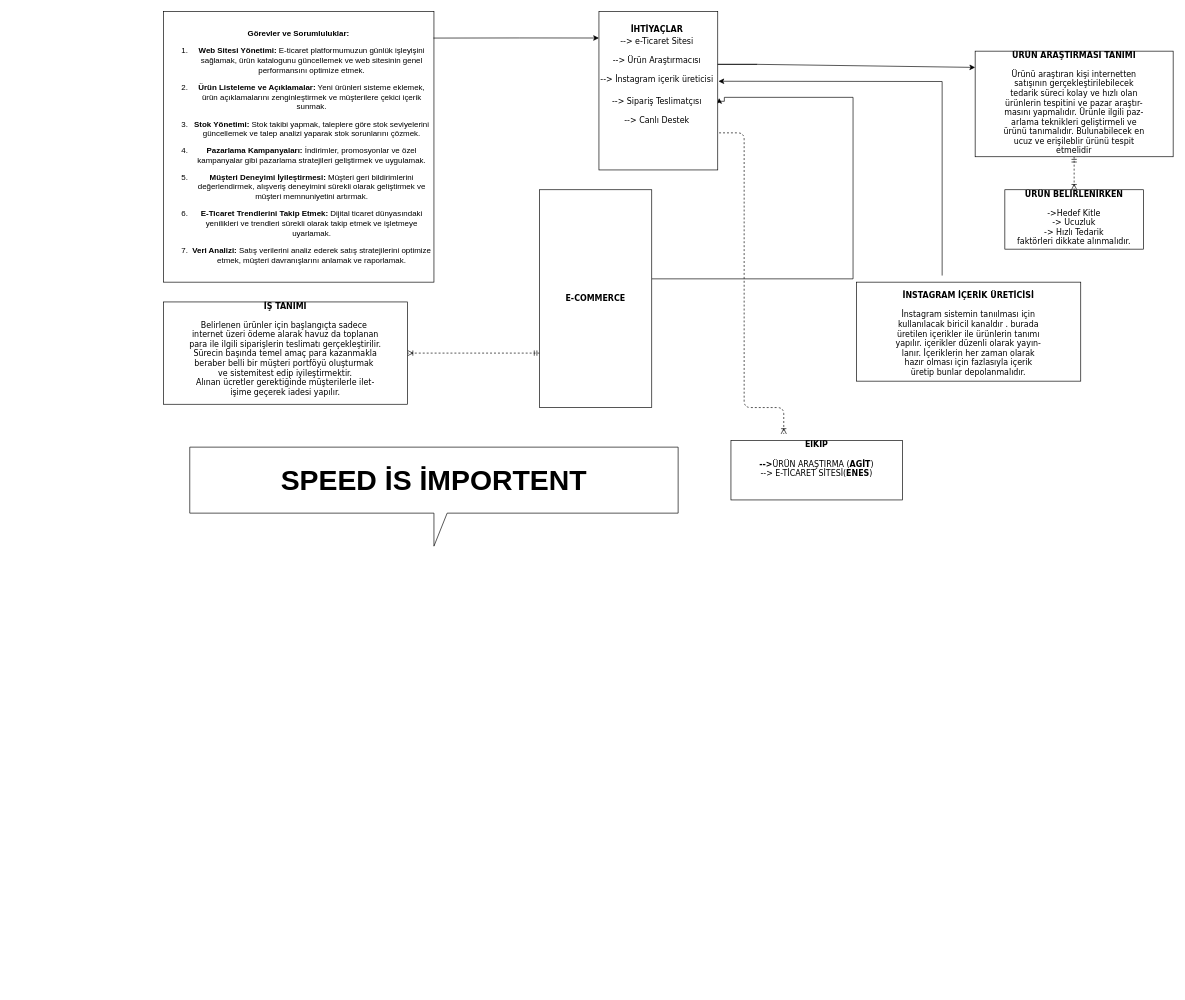
Above: Untitled Diagram.drawio in Eness2001/web (draw.io), before the change. Source tidied: cells renumbered, new cells numbered last; positions are measured from the earlier drawing's top-left corner, leaving out a move shared by most shapes. Both pictures are drawn from the tidied source at 66%, with x=0, y=0 at pixel (163, 11).
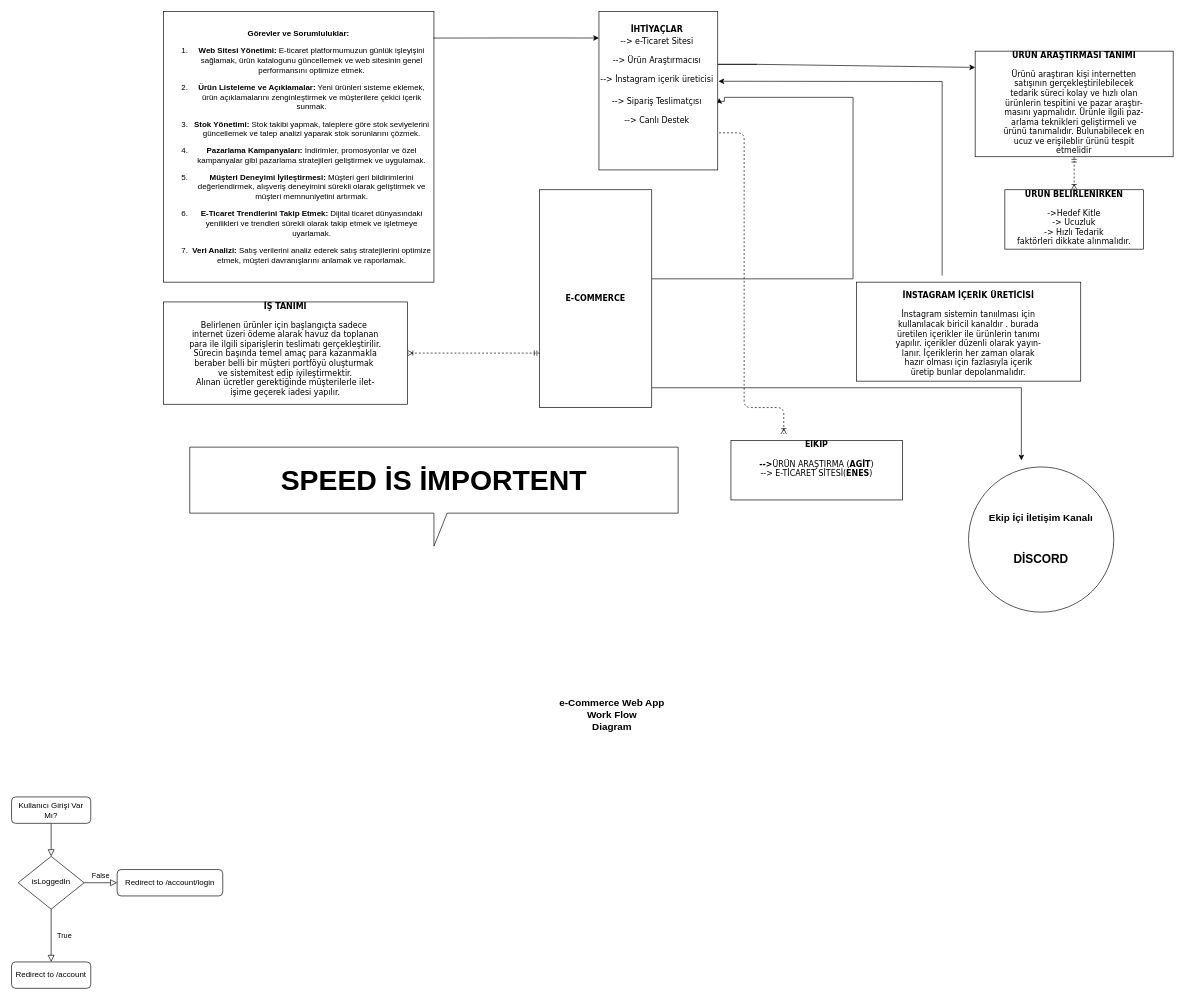
Above is the later version.

Change to the diagram source:
```diff
@@
+    <mxCell id="18" style="endArrow=classic;html=1;rounded=0;" parent="1" edge="1">
+      <mxGeometry relative="1" as="geometry">
+        <mxPoint x="740" y="570" as="sourcePoint" />
+        <mxPoint x="1300" y="680" as="targetPoint" />
+        <Array as="points">
+          <mxPoint x="1300" y="570" />
+        </Array>
+      </mxGeometry>
+    </mxCell>
+    <mxCell id="19" value="&lt;div&gt;&lt;b&gt;&lt;font style=&quot;font-size: 15px;&quot;&gt;Ekip İçi İletişim Kanalı &lt;/font&gt;&lt;br&gt;&lt;/b&gt;&lt;/div&gt;&lt;div&gt;&lt;b&gt;&lt;br&gt;&lt;/b&gt;&lt;/div&gt;&lt;div&gt;&lt;b&gt;&lt;br&gt;&lt;/b&gt;&lt;/div&gt;&lt;div&gt;&lt;b&gt;&lt;br&gt;&lt;/b&gt;&lt;/div&gt;&lt;div style=&quot;font-size: 18px;&quot;&gt;&lt;b&gt;&lt;font style=&quot;font-size: 18px;&quot;&gt;DİSCORD&lt;br&gt;&lt;/font&gt;&lt;/b&gt;&lt;/div&gt;" style="ellipse;whiteSpace=wrap;html=1;" parent="1" vertex="1">
+      <mxGeometry x="1220" y="690" width="220" height="220" as="geometry" />
+    </mxCell>
+    <mxCell id="20" style="rounded=0;html=1;jettySize=auto;fontSize=11;endArrow=block;endFill=0;endSize=8;strokeWidth=1;shadow=0;labelBackgroundColor=none;edgeStyle=orthogonalEdgeStyle;" parent="1" edge="1" source="21" target="24">
+      <mxGeometry relative="1" as="geometry" />
+    </mxCell>
+    <mxCell id="21" value="Kullanıcı Girişi Var Mı?" style="rounded=1;whiteSpace=wrap;html=1;fontSize=12;glass=0;strokeWidth=1;shadow=0;" parent="1" vertex="1">
+      <mxGeometry x="-230" y="1190" width="120" height="40" as="geometry" />
+    </mxCell>
+    <mxCell id="22" value="True" style="rounded=0;html=1;jettySize=auto;fontSize=11;endArrow=block;endFill=0;endSize=8;strokeWidth=1;shadow=0;labelBackgroundColor=none;edgeStyle=orthogonalEdgeStyle;" parent="1" edge="1" source="24" target="26">
+      <mxGeometry y="20" relative="1" as="geometry" />
+    </mxCell>
+    <mxCell id="23" value="False" style="edgeStyle=orthogonalEdgeStyle;rounded=0;html=1;jettySize=auto;fontSize=11;endArrow=block;endFill=0;endSize=8;strokeWidth=1;shadow=0;labelBackgroundColor=none;" parent="1" edge="1" source="24" target="25">
+      <mxGeometry y="10" relative="1" as="geometry" />
+    </mxCell>
+    <mxCell id="24" value="isLoggedIn" style="rhombus;whiteSpace=wrap;html=1;shadow=0;fontFamily=Helvetica;fontSize=12;align=center;strokeWidth=1;spacing=6;spacingTop=-4;" parent="1" vertex="1">
+      <mxGeometry x="-220" y="1280" width="100" height="80" as="geometry" />
+    </mxCell>
+    <mxCell id="25" value="Redirect to /account/login" style="rounded=1;whiteSpace=wrap;html=1;fontSize=12;glass=0;strokeWidth=1;shadow=0;" parent="1" vertex="1">
+      <mxGeometry x="-70" y="1300" width="160" height="40" as="geometry" />
+    </mxCell>
+    <mxCell id="26" value="&lt;div&gt;Redirect to /account&lt;br&gt;&lt;/div&gt;" style="rounded=1;whiteSpace=wrap;html=1;fontSize=12;glass=0;strokeWidth=1;shadow=0;" parent="1" vertex="1">
+      <mxGeometry x="-230" y="1440" width="120" height="40" as="geometry" />
+    </mxCell>
+    <mxCell id="27" value="&lt;div style=&quot;font-size: 15px;&quot;&gt;&lt;font style=&quot;font-size: 15px;&quot;&gt;&lt;b&gt;e-Commerce Web App Work Flow &lt;br&gt;&lt;/b&gt;&lt;/font&gt;&lt;/div&gt;&lt;div style=&quot;font-size: 15px;&quot;&gt;&lt;font style=&quot;font-size: 15px;&quot;&gt;&lt;b&gt;&lt;font style=&quot;font-size: 15px;&quot;&gt;Diagram&lt;/font&gt;&lt;br&gt;&lt;/b&gt;&lt;/font&gt;&lt;/div&gt;" style="text;strokeColor=none;align=center;fillColor=none;html=1;verticalAlign=middle;whiteSpace=wrap;rounded=0;" parent="1" vertex="1">
+      <mxGeometry x="580" y="1010" width="200" height="110" as="geometry" />
+    </mxCell>
```
